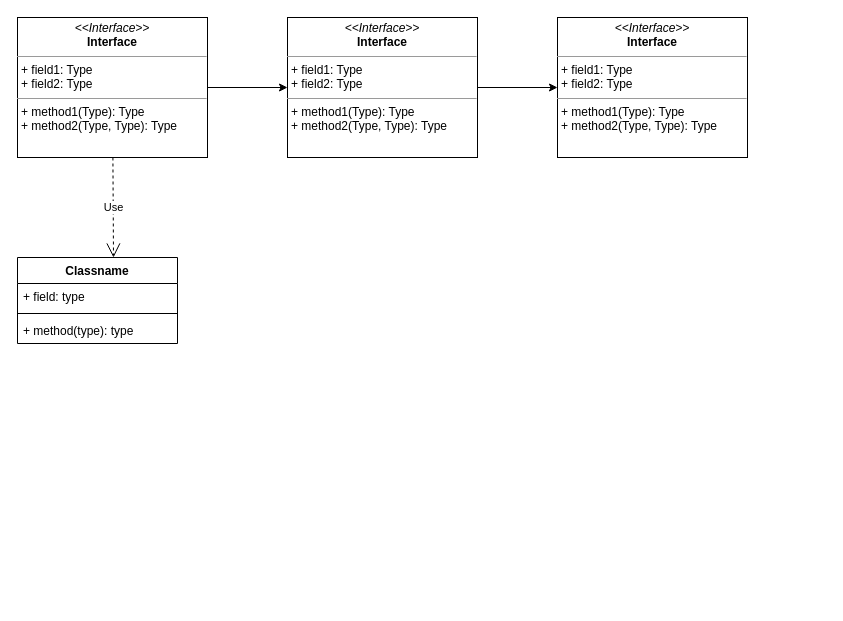
xujiuhua/draw keeps this draw.io diagram as Hello Diagram.drawio. Above is the earlier version. Source tidied: cells renumbered, new cells numbered last; positions are measured from the earlier drawing's top-left corner, leaving out a move shared by most shapes. Both pictures are drawn from the tidied source at 100%, with x=0, y=0 at pixel (17, 17).
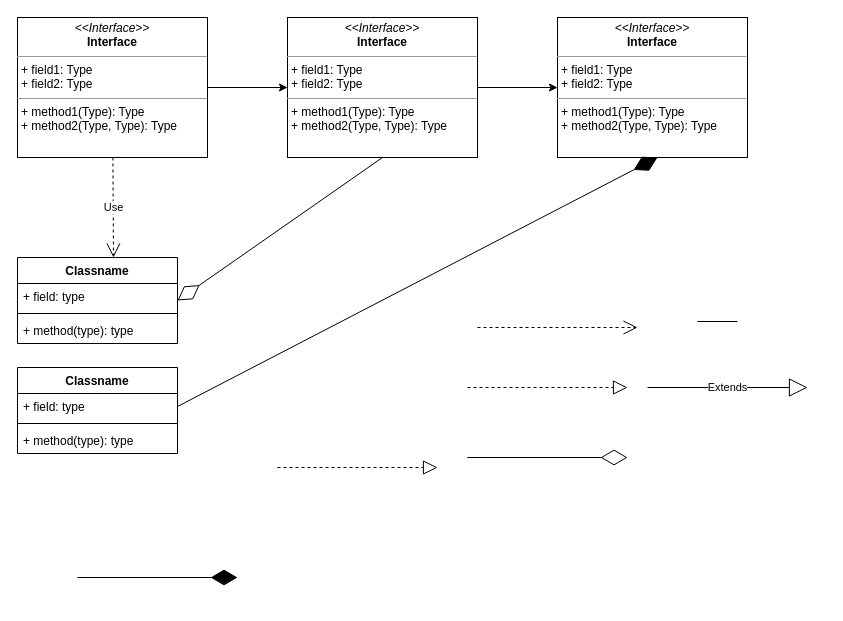
Above is the later version.

The change refers to these unchanged cells:
```xml
<mxCell id="5" value="&lt;p style=&quot;margin:0px;margin-top:4px;text-align:center;&quot;&gt;&lt;i&gt;&amp;lt;&amp;lt;Interface&amp;gt;&amp;gt;&lt;/i&gt;&lt;br/&gt;&lt;b&gt;Interface&lt;/b&gt;&lt;/p&gt;&lt;hr size=&quot;1&quot;/&gt;&lt;p style=&quot;margin:0px;margin-left:4px;&quot;&gt;+ field1: Type&lt;br/&gt;+ field2: Type&lt;/p&gt;&lt;hr size=&quot;1&quot;/&gt;&lt;p style=&quot;margin:0px;margin-left:4px;&quot;&gt;+ method1(Type): Type&lt;br/&gt;+ method2(Type, Type): Type&lt;/p&gt;" style="verticalAlign=top;align=left;overflow=fill;fontSize=12;fontFamily=Helvetica;html=1;" parent="1" vertex="1">
  <mxGeometry x="270" width="190" height="140" as="geometry" />
</mxCell>
<mxCell id="7" value="Classname" style="swimlane;fontStyle=1;align=center;verticalAlign=top;horizontal=1;startSize=26;" parent="1" vertex="1">
  <mxGeometry y="240" width="160" height="86" as="geometry" />
</mxCell>
```

Diff of the diagram source:
```diff
@@
+    <mxCell id="12" style="endArrow=diamondThin;endFill=0;endSize=24;html=1;exitX=0.5;exitY=1;exitDx=0;exitDy=0;entryX=1;entryY=0.5;entryDx=0;entryDy=0;" parent="1" edge="1" source="5" target="7">
+      <mxGeometry relative="1" as="geometry" />
+    </mxCell>
+    <mxCell id="13" value="Classname" style="swimlane;fontStyle=1;align=center;verticalAlign=top;horizontal=1;startSize=26;" parent="1" vertex="1">
+      <mxGeometry y="350" width="160" height="86" as="geometry" />
+    </mxCell>
+    <mxCell id="14" value="+ field: type" style="text;strokeColor=none;fillColor=none;align=left;verticalAlign=top;spacingLeft=4;spacingRight=4;overflow=hidden;points=[[0,0.5],[1,0.5]];portConstraint=eastwest;" parent="13" vertex="1">
+      <mxGeometry y="26" width="160" height="26" as="geometry" />
+    </mxCell>
+    <mxCell id="15" style="line;strokeWidth=1;fillColor=none;align=left;verticalAlign=middle;spacingTop=-1;spacingLeft=3;spacingRight=3;labelPosition=right;" parent="13" vertex="1">
+      <mxGeometry y="52" width="160" height="8" as="geometry" />
+    </mxCell>
+    <mxCell id="16" value="+ method(type): type" style="text;strokeColor=none;fillColor=none;align=left;verticalAlign=top;spacingLeft=4;spacingRight=4;overflow=hidden;" parent="13" vertex="1">
+      <mxGeometry y="60" width="160" height="26" as="geometry" />
+    </mxCell>
+    <mxCell id="17" style="endArrow=diamondThin;endFill=1;endSize=24;html=1;exitX=1;exitY=0.5;exitDx=0;exitDy=0;" parent="1" edge="1" source="14">
+      <mxGeometry relative="1" as="geometry">
+        <mxPoint x="640" y="140" as="targetPoint" />
+      </mxGeometry>
+    </mxCell>
+    <mxCell id="18" style="endArrow=diamondThin;endFill=0;endSize=24;html=1;" parent="1" edge="1">
+      <mxGeometry relative="1" as="geometry">
+        <mxPoint x="450" y="440" as="sourcePoint" />
+        <mxPoint x="610" y="440" as="targetPoint" />
+      </mxGeometry>
+    </mxCell>
+    <mxCell id="19" style="endArrow=diamondThin;endFill=1;endSize=24;html=1;" parent="1" edge="1">
+      <mxGeometry relative="1" as="geometry">
+        <mxPoint x="60" y="560" as="sourcePoint" />
+        <mxPoint x="220" y="560" as="targetPoint" />
+      </mxGeometry>
+    </mxCell>
+    <mxCell id="20" style="endArrow=block;dashed=1;endFill=0;endSize=12;html=1;" parent="1" edge="1">
+      <mxGeometry relative="1" as="geometry">
+        <mxPoint x="260" y="450" as="sourcePoint" />
+        <mxPoint x="420" y="450" as="targetPoint" />
+      </mxGeometry>
+    </mxCell>
+    <mxCell id="21" value="Extends" style="endArrow=block;endSize=16;endFill=0;html=1;" parent="1" edge="1">
+      <mxGeometry relative="1" as="geometry">
+        <mxPoint x="630" y="370" as="sourcePoint" />
+        <mxPoint x="790" y="370" as="targetPoint" />
+      </mxGeometry>
+    </mxCell>
+    <mxCell id="22" style="endArrow=block;dashed=1;endFill=0;endSize=12;html=1;" parent="1" edge="1">
+      <mxGeometry relative="1" as="geometry">
+        <mxPoint x="450" y="370" as="sourcePoint" />
+        <mxPoint x="610" y="370" as="targetPoint" />
+      </mxGeometry>
+    </mxCell>
+    <mxCell id="23" style="endArrow=open;endSize=12;dashed=1;html=1;" parent="1" edge="1">
+      <mxGeometry relative="1" as="geometry">
+        <mxPoint x="460" y="310" as="sourcePoint" />
+        <mxPoint x="620" y="310" as="targetPoint" />
+      </mxGeometry>
+    </mxCell>
+    <mxCell id="24" style="line;strokeWidth=1;fillColor=none;align=left;verticalAlign=middle;spacingTop=-1;spacingLeft=3;spacingRight=3;labelPosition=right;" parent="1" vertex="1">
+      <mxGeometry x="680" y="300" width="40" height="8" as="geometry" />
+    </mxCell>
```
